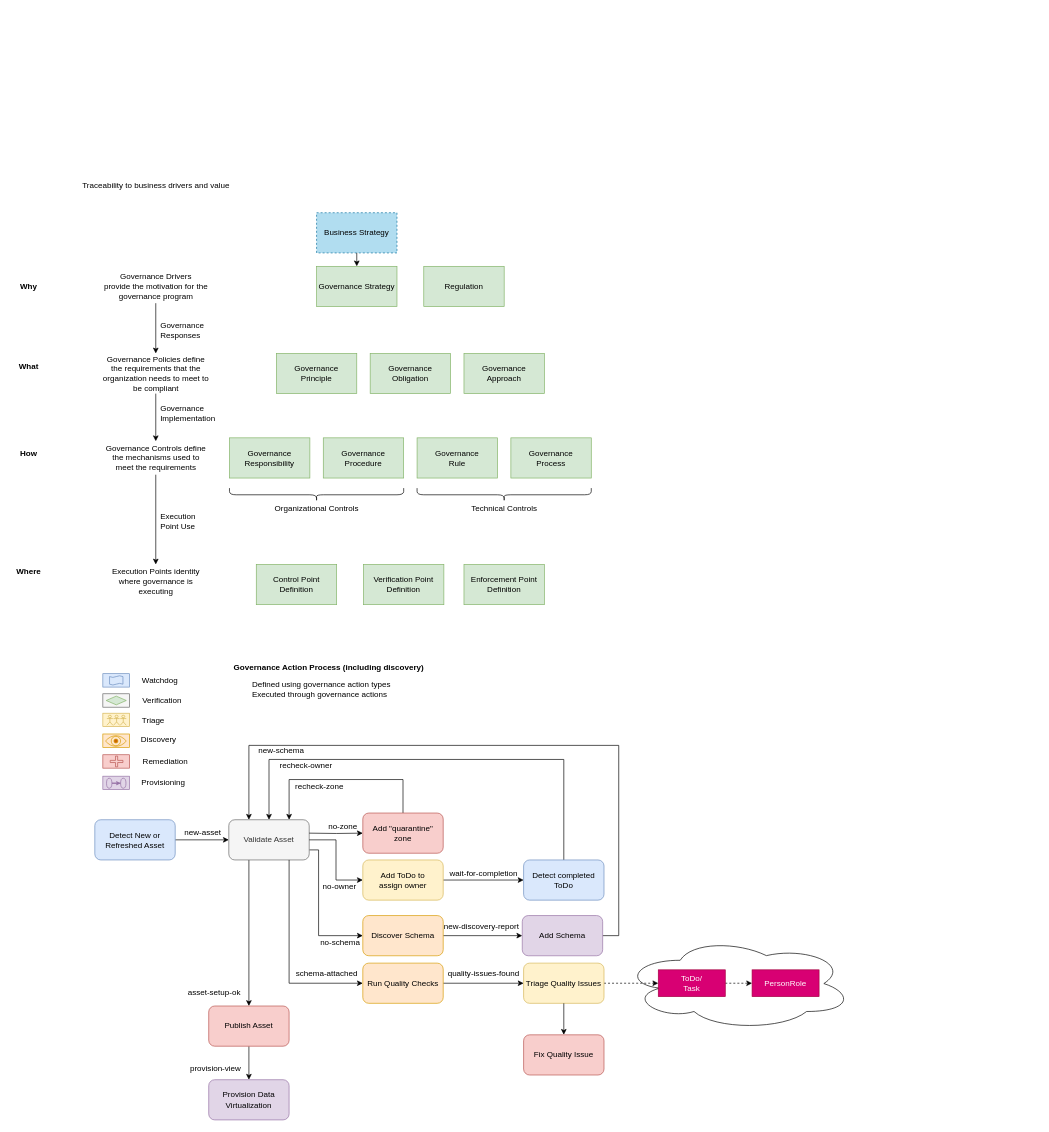
Before: page "governance-definitions" (3 of 7) of site/docs/guides/planning/governance-program/governance-program-planning.drawio in odpi/egeria-docs, a draw.io diagram. Source tidied: cells renumbered, new cells numbered last; positions are measured from the earlier drawing's top-left corner, leaving out a move shared by most shapes. Both pictures are drawn from the tidied source at 67%, with x=0, y=0 at pixel (11, 179).
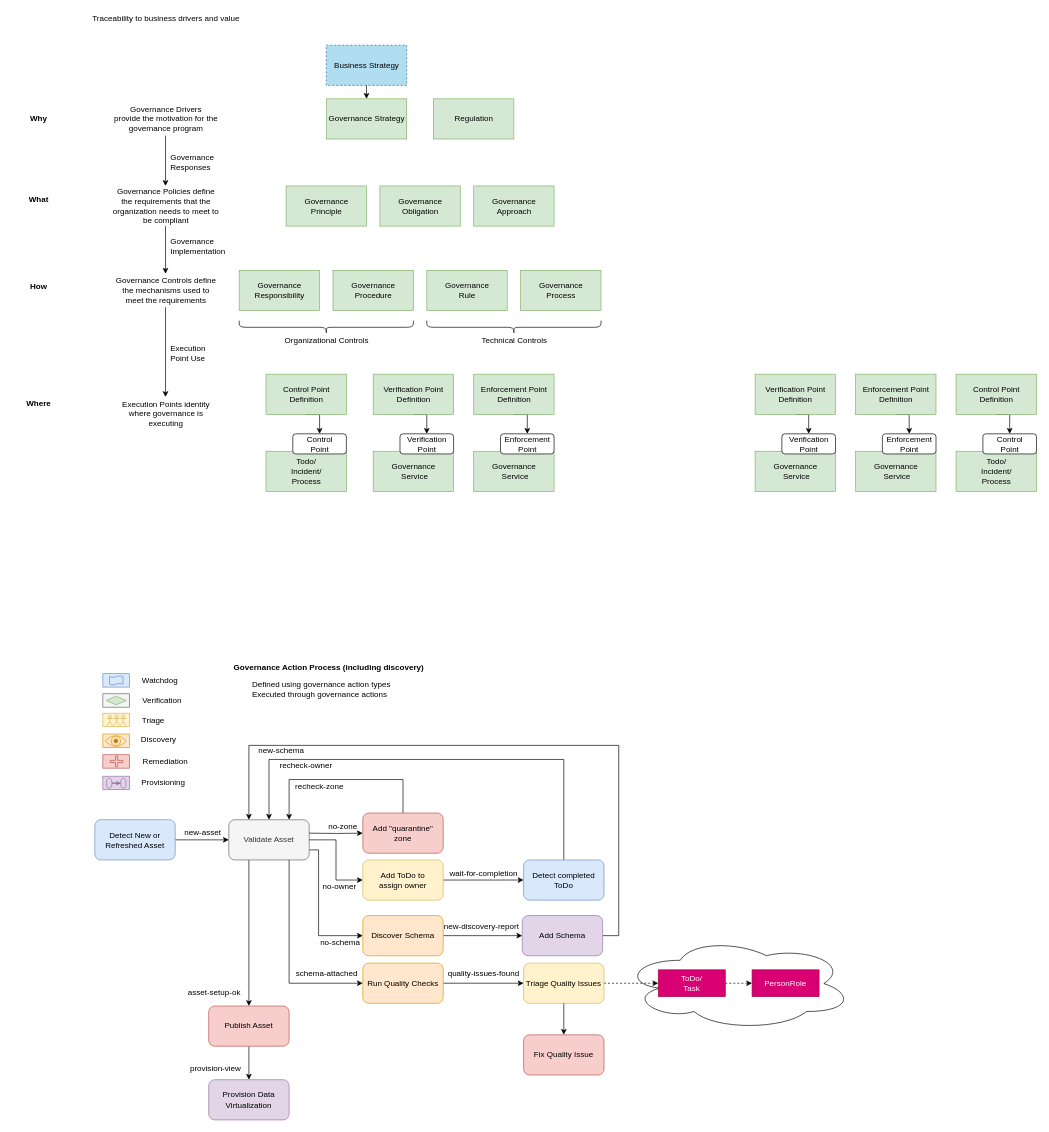
After the change.

Change to the diagram source:
```diff
@@
     <mxCell id="3" value="Governance Strategy" style="rounded=0;whiteSpace=wrap;html=1;fillColor=#d5e8d4;strokeColor=#82b366;" parent="1" vertex="1">
-      <mxGeometry x="455" y="130" width="120" height="60" as="geometry" />
+      <mxGeometry x="469.5" y="-120" width="120" height="60" as="geometry" />
     </mxCell>
     <mxCell id="4" value="Regulation" style="rounded=0;whiteSpace=wrap;html=1;fillColor=#d5e8d4;strokeColor=#82b366;" parent="1" vertex="1">
-      <mxGeometry x="615" y="130" width="120" height="60" as="geometry" />
+      <mxGeometry x="629.5" y="-120" width="120" height="60" as="geometry" />
     </mxCell>
@@
     <mxCell id="6" value="Governance Drivers&lt;br&gt;provide the motivation for the&lt;br&gt;governance program" style="text;html=1;align=center;verticalAlign=middle;points=[];" parent="1" vertex="1">
-      <mxGeometry x="130" y="135" width="170" height="50" as="geometry" />
+      <mxGeometry x="144.5" y="-115" width="170" height="50" as="geometry" />
     </mxCell>
     <mxCell id="7" value="Traceability to business drivers and value" style="text;html=1;align=center;verticalAlign=middle;" parent="1" vertex="1">
-      <mxGeometry x="95" width="240" height="20" as="geometry" />
+      <mxGeometry x="109.5" y="-250" width="240" height="20" as="geometry" />
     </mxCell>
     <mxCell id="8" value="Business Strategy" style="rounded=0;whiteSpace=wrap;html=1;dashed=1;fillColor=#b1ddf0;strokeColor=#10739e;" parent="1" vertex="1">
-      <mxGeometry x="455" y="50" width="120" height="60" as="geometry" />
+      <mxGeometry x="469.5" y="-200" width="120" height="60" as="geometry" />
     </mxCell>
@@
     <mxCell id="10" value="Governance&lt;br&gt;Principle" style="rounded=0;whiteSpace=wrap;html=1;fillColor=#d5e8d4;strokeColor=#82b366;" parent="1" vertex="1">
-      <mxGeometry x="395" y="260" width="120" height="60" as="geometry" />
+      <mxGeometry x="409.5" y="10" width="120" height="60" as="geometry" />
     </mxCell>
     <mxCell id="11" value="Governance&lt;br&gt;Obligation" style="rounded=0;whiteSpace=wrap;html=1;fillColor=#d5e8d4;strokeColor=#82b366;" parent="1" vertex="1">
-      <mxGeometry x="535" y="260" width="120" height="60" as="geometry" />
+      <mxGeometry x="549.5" y="10" width="120" height="60" as="geometry" />
     </mxCell>
     <mxCell id="12" value="Governance&lt;br&gt;Approach" style="rounded=0;whiteSpace=wrap;html=1;fillColor=#d5e8d4;strokeColor=#82b366;" parent="1" vertex="1">
-      <mxGeometry x="675" y="260" width="120" height="60" as="geometry" />
+      <mxGeometry x="689.5" y="10" width="120" height="60" as="geometry" />
     </mxCell>
@@
     <mxCell id="14" value="Governance Policies define&lt;br&gt;the requirements that the&lt;br&gt;organization needs to meet to&lt;br&gt;be compliant" style="text;html=1;align=center;verticalAlign=middle;points=[];" parent="1" vertex="1">
-      <mxGeometry x="130" y="260" width="170" height="60" as="geometry" />
+      <mxGeometry x="144.5" y="10" width="170" height="60" as="geometry" />
     </mxCell>
     <mxCell id="15" value="Governance&lt;br&gt;Responses" style="text;html=1;align=left;verticalAlign=middle;" parent="1" vertex="1">
-      <mxGeometry x="220" y="210" width="80" height="30" as="geometry" />
+      <mxGeometry x="234.5" y="-40" width="80" height="30" as="geometry" />
     </mxCell>
@@
     <mxCell id="17" value="Governance Controls define&lt;br&gt;the mechanisms used to&lt;br&gt;meet the requirements" style="text;html=1;align=center;verticalAlign=middle;points=[];" parent="1" vertex="1">
-      <mxGeometry x="135" y="391" width="160" height="50" as="geometry" />
+      <mxGeometry x="149.5" y="141" width="160" height="50" as="geometry" />
     </mxCell>
     <mxCell id="18" value="Governance&lt;br&gt;Responsibility" style="rounded=0;whiteSpace=wrap;html=1;fillColor=#d5e8d4;strokeColor=#82b366;" parent="1" vertex="1">
-      <mxGeometry x="325" y="386" width="120" height="60" as="geometry" />
+      <mxGeometry x="339.5" y="136" width="120" height="60" as="geometry" />
     </mxCell>
     <mxCell id="19" value="Governance&lt;br&gt;Procedure" style="rounded=0;whiteSpace=wrap;html=1;fillColor=#d5e8d4;strokeColor=#82b366;" parent="1" vertex="1">
-      <mxGeometry x="465" y="386" width="120" height="60" as="geometry" />
+      <mxGeometry x="479.5" y="136" width="120" height="60" as="geometry" />
     </mxCell>
     <mxCell id="20" value="Governance&lt;br&gt;Rule" style="rounded=0;whiteSpace=wrap;html=1;fillColor=#d5e8d4;strokeColor=#82b366;" parent="1" vertex="1">
-      <mxGeometry x="605" y="386" width="120" height="60" as="geometry" />
+      <mxGeometry x="619.5" y="136" width="120" height="60" as="geometry" />
     </mxCell>
     <mxCell id="21" value="Governance&lt;br&gt;Process" style="rounded=0;whiteSpace=wrap;html=1;fillColor=#d5e8d4;strokeColor=#82b366;" parent="1" vertex="1">
-      <mxGeometry x="745" y="386" width="120" height="60" as="geometry" />
+      <mxGeometry x="759.5" y="136" width="120" height="60" as="geometry" />
     </mxCell>
     <mxCell id="22" style="shape=curlyBracket;whiteSpace=wrap;html=1;rounded=1;rotation=-90;" parent="1" vertex="1">
-      <mxGeometry x="445" y="341" width="20" height="260" as="geometry" />
+      <mxGeometry x="459.5" y="91" width="20" height="260" as="geometry" />
     </mxCell>
     <mxCell id="23" value="Organizational Controls" style="text;html=1;align=center;verticalAlign=middle;" parent="1" vertex="1">
-      <mxGeometry x="385" y="481" width="140" height="20" as="geometry" />
+      <mxGeometry x="399.5" y="231" width="140" height="20" as="geometry" />
     </mxCell>
     <mxCell id="24" style="shape=curlyBracket;whiteSpace=wrap;html=1;rounded=1;rotation=-90;" parent="1" vertex="1">
-      <mxGeometry x="725" y="341" width="20" height="260" as="geometry" />
+      <mxGeometry x="739.5" y="91" width="20" height="260" as="geometry" />
     </mxCell>
     <mxCell id="25" value="Technical Controls" style="text;html=1;align=center;verticalAlign=middle;" parent="1" vertex="1">
-      <mxGeometry x="680" y="481" width="110" height="20" as="geometry" />
+      <mxGeometry x="694.5" y="231" width="110" height="20" as="geometry" />
     </mxCell>
     <mxCell id="26" value="Governance&lt;br&gt;Implementation" style="text;html=1;align=left;verticalAlign=middle;" parent="1" vertex="1">
-      <mxGeometry x="220" y="335" width="100" height="30" as="geometry" />
+      <mxGeometry x="234.5" y="85" width="100" height="30" as="geometry" />
     </mxCell>
+    <mxCell id="106" style="edgeStyle=orthogonalEdgeStyle;rounded=0;jettySize=auto;html=1;exitX=0.5;exitY=1;exitDx=0;exitDy=0;entryX=0.5;entryY=0;entryDx=0;entryDy=0;" parent="1" edge="1" source="27" target="110">
+      <mxGeometry relative="1" as="geometry" />
+    </mxCell>
     <mxCell id="27" value="Control Point&lt;br&gt;Definition" style="rounded=0;whiteSpace=wrap;html=1;fillColor=#d5e8d4;strokeColor=#82b366;" parent="1" vertex="1">
-      <mxGeometry x="365" y="575" width="120" height="60" as="geometry" />
+      <mxGeometry x="379.5" y="291" width="120" height="60" as="geometry" />
     </mxCell>
+    <mxCell id="107" style="edgeStyle=orthogonalEdgeStyle;rounded=0;jettySize=auto;html=1;exitX=0.5;exitY=1;exitDx=0;exitDy=0;entryX=0.5;entryY=0;entryDx=0;entryDy=0;" parent="1" edge="1" source="28" target="112">
+      <mxGeometry relative="1" as="geometry" />
+    </mxCell>
     <mxCell id="28" value="Verification Point&lt;br&gt;Definition" style="rounded=0;whiteSpace=wrap;html=1;fillColor=#d5e8d4;strokeColor=#82b366;" parent="1" vertex="1">
-      <mxGeometry x="525" y="575" width="120" height="60" as="geometry" />
+      <mxGeometry x="539.5" y="291" width="120" height="60" as="geometry" />
     </mxCell>
+    <mxCell id="108" style="edgeStyle=orthogonalEdgeStyle;rounded=0;jettySize=auto;html=1;exitX=0.5;exitY=1;exitDx=0;exitDy=0;" parent="1" edge="1" source="29" target="114">
+      <mxGeometry relative="1" as="geometry">
+        <Array as="points">
+          <mxPoint x="769.5" y="351" />
+        </Array>
+      </mxGeometry>
+    </mxCell>
     <mxCell id="29" value="Enforcement Point&lt;br&gt;Definition" style="rounded=0;whiteSpace=wrap;html=1;fillColor=#d5e8d4;strokeColor=#82b366;" parent="1" vertex="1">
-      <mxGeometry x="675" y="575" width="120" height="60" as="geometry" />
+      <mxGeometry x="689.5" y="291" width="120" height="60" as="geometry" />
     </mxCell>
     <mxCell id="30" value="Execution Points identity&lt;br&gt;where governance is&lt;br&gt;executing" style="text;html=1;align=center;verticalAlign=middle;points=[];" parent="1" vertex="1">
-      <mxGeometry x="140" y="575" width="150" height="50" as="geometry" />
+      <mxGeometry x="154.5" y="325" width="150" height="50" as="geometry" />
     </mxCell>
     <mxCell id="31" value="Execution&lt;br&gt;Point Use" style="text;html=1;align=left;verticalAlign=middle;" parent="1" vertex="1">
-      <mxGeometry x="220" y="495" width="70" height="30" as="geometry" />
+      <mxGeometry x="234.5" y="245" width="70" height="30" as="geometry" />
     </mxCell>
     <mxCell id="32" value="Why" style="text;html=1;align=center;verticalAlign=middle;fontStyle=1;" parent="1" vertex="1">
-      <mxGeometry x="5" y="150" width="40" height="20" as="geometry" />
+      <mxGeometry x="19.5" y="-100" width="40" height="20" as="geometry" />
     </mxCell>
     <mxCell id="33" value="What" style="text;html=1;align=center;verticalAlign=middle;fontStyle=1;" parent="1" vertex="1">
-      <mxGeometry x="5" y="270" width="40" height="20" as="geometry" />
+      <mxGeometry x="19.5" y="20" width="40" height="20" as="geometry" />
     </mxCell>
     <mxCell id="34" value="How" style="text;html=1;align=center;verticalAlign=middle;fontStyle=1;" parent="1" vertex="1">
-      <mxGeometry x="5" y="400" width="40" height="20" as="geometry" />
+      <mxGeometry x="19.5" y="150" width="40" height="20" as="geometry" />
     </mxCell>
     <mxCell id="35" value="Where" style="text;html=1;align=center;verticalAlign=middle;fontStyle=1;" parent="1" vertex="1">
-      <mxGeometry y="575" width="50" height="20" as="geometry" />
+      <mxGeometry x="14.5" y="325" width="50" height="20" as="geometry" />
     </mxCell>
@@
+    <mxCell id="109" value="Todo/&lt;br&gt;Incident/&lt;br&gt;Process" style="rounded=0;whiteSpace=wrap;html=1;fillColor=#d5e8d4;strokeColor=#82b366;" parent="1" vertex="1">
+      <mxGeometry x="379.5" y="406" width="120" height="60" as="geometry" />
+    </mxCell>
+    <mxCell id="110" value="Control&lt;br&gt;Point" style="rounded=1;whiteSpace=wrap;html=1;" parent="1" vertex="1">
+      <mxGeometry x="419.5" y="380" width="80" height="30" as="geometry" />
+    </mxCell>
+    <mxCell id="111" value="Governance&lt;br&gt;&amp;nbsp;Service" style="rounded=0;whiteSpace=wrap;html=1;fillColor=#d5e8d4;strokeColor=#82b366;" parent="1" vertex="1">
+      <mxGeometry x="539.5" y="406" width="120" height="60" as="geometry" />
+    </mxCell>
+    <mxCell id="112" value="Verification&lt;br&gt;Point" style="rounded=1;whiteSpace=wrap;html=1;" parent="1" vertex="1">
+      <mxGeometry x="579.5" y="380" width="80" height="30" as="geometry" />
+    </mxCell>
+    <mxCell id="113" value="Governance&lt;br&gt;&amp;nbsp;Service" style="rounded=0;whiteSpace=wrap;html=1;fillColor=#d5e8d4;strokeColor=#82b366;" parent="1" vertex="1">
+      <mxGeometry x="689.5" y="406" width="120" height="60" as="geometry" />
+    </mxCell>
+    <mxCell id="114" value="Enforcement&lt;br&gt;Point" style="rounded=1;whiteSpace=wrap;html=1;" parent="1" vertex="1">
+      <mxGeometry x="729.5" y="380" width="80" height="30" as="geometry" />
+    </mxCell>
+    <mxCell id="115" style="edgeStyle=orthogonalEdgeStyle;rounded=0;jettySize=auto;html=1;exitX=0.5;exitY=1;exitDx=0;exitDy=0;entryX=0.5;entryY=0;entryDx=0;entryDy=0;" parent="1" edge="1" source="116" target="122">
+      <mxGeometry relative="1" as="geometry" />
+    </mxCell>
+    <mxCell id="116" value="Control Point&lt;br&gt;Definition" style="rounded=0;whiteSpace=wrap;html=1;fillColor=#d5e8d4;strokeColor=#82b366;" parent="1" vertex="1">
+      <mxGeometry x="1409.5" y="291" width="120" height="60" as="geometry" />
+    </mxCell>
+    <mxCell id="117" style="edgeStyle=orthogonalEdgeStyle;rounded=0;jettySize=auto;html=1;exitX=0.5;exitY=1;exitDx=0;exitDy=0;entryX=0.5;entryY=0;entryDx=0;entryDy=0;" parent="1" edge="1" source="118" target="124">
+      <mxGeometry relative="1" as="geometry" />
+    </mxCell>
+    <mxCell id="118" value="Verification Point&lt;br&gt;Definition" style="rounded=0;whiteSpace=wrap;html=1;fillColor=#d5e8d4;strokeColor=#82b366;" parent="1" vertex="1">
+      <mxGeometry x="1109.5" y="291" width="120" height="60" as="geometry" />
+    </mxCell>
+    <mxCell id="119" style="edgeStyle=orthogonalEdgeStyle;rounded=0;jettySize=auto;html=1;exitX=0.5;exitY=1;exitDx=0;exitDy=0;" parent="1" edge="1" source="120" target="126">
+      <mxGeometry relative="1" as="geometry">
+        <Array as="points">
+          <mxPoint x="1339.5" y="351" />
+        </Array>
+      </mxGeometry>
+    </mxCell>
+    <mxCell id="120" value="Enforcement Point&lt;br&gt;Definition" style="rounded=0;whiteSpace=wrap;html=1;fillColor=#d5e8d4;strokeColor=#82b366;" parent="1" vertex="1">
+      <mxGeometry x="1259.5" y="291" width="120" height="60" as="geometry" />
+    </mxCell>
+    <mxCell id="121" value="Todo/&lt;br&gt;Incident/&lt;br&gt;Process" style="rounded=0;whiteSpace=wrap;html=1;fillColor=#d5e8d4;strokeColor=#82b366;" parent="1" vertex="1">
+      <mxGeometry x="1409.5" y="406" width="120" height="60" as="geometry" />
+    </mxCell>
+    <mxCell id="122" value="Control&lt;br&gt;Point" style="rounded=1;whiteSpace=wrap;html=1;" parent="1" vertex="1">
+      <mxGeometry x="1449.5" y="380" width="80" height="30" as="geometry" />
+    </mxCell>
+    <mxCell id="123" value="Governance&lt;br&gt;&amp;nbsp;Service" style="rounded=0;whiteSpace=wrap;html=1;fillColor=#d5e8d4;strokeColor=#82b366;" parent="1" vertex="1">
+      <mxGeometry x="1109.5" y="406" width="120" height="60" as="geometry" />
+    </mxCell>
+    <mxCell id="124" value="Verification&lt;br&gt;Point" style="rounded=1;whiteSpace=wrap;html=1;" parent="1" vertex="1">
+      <mxGeometry x="1149.5" y="380" width="80" height="30" as="geometry" />
+    </mxCell>
+    <mxCell id="125" value="Governance&lt;br&gt;&amp;nbsp;Service" style="rounded=0;whiteSpace=wrap;html=1;fillColor=#d5e8d4;strokeColor=#82b366;" parent="1" vertex="1">
+      <mxGeometry x="1259.5" y="406" width="120" height="60" as="geometry" />
+    </mxCell>
+    <mxCell id="126" value="Enforcement&lt;br&gt;Point" style="rounded=1;whiteSpace=wrap;html=1;" parent="1" vertex="1">
+      <mxGeometry x="1299.5" y="380" width="80" height="30" as="geometry" />
+    </mxCell>
```
